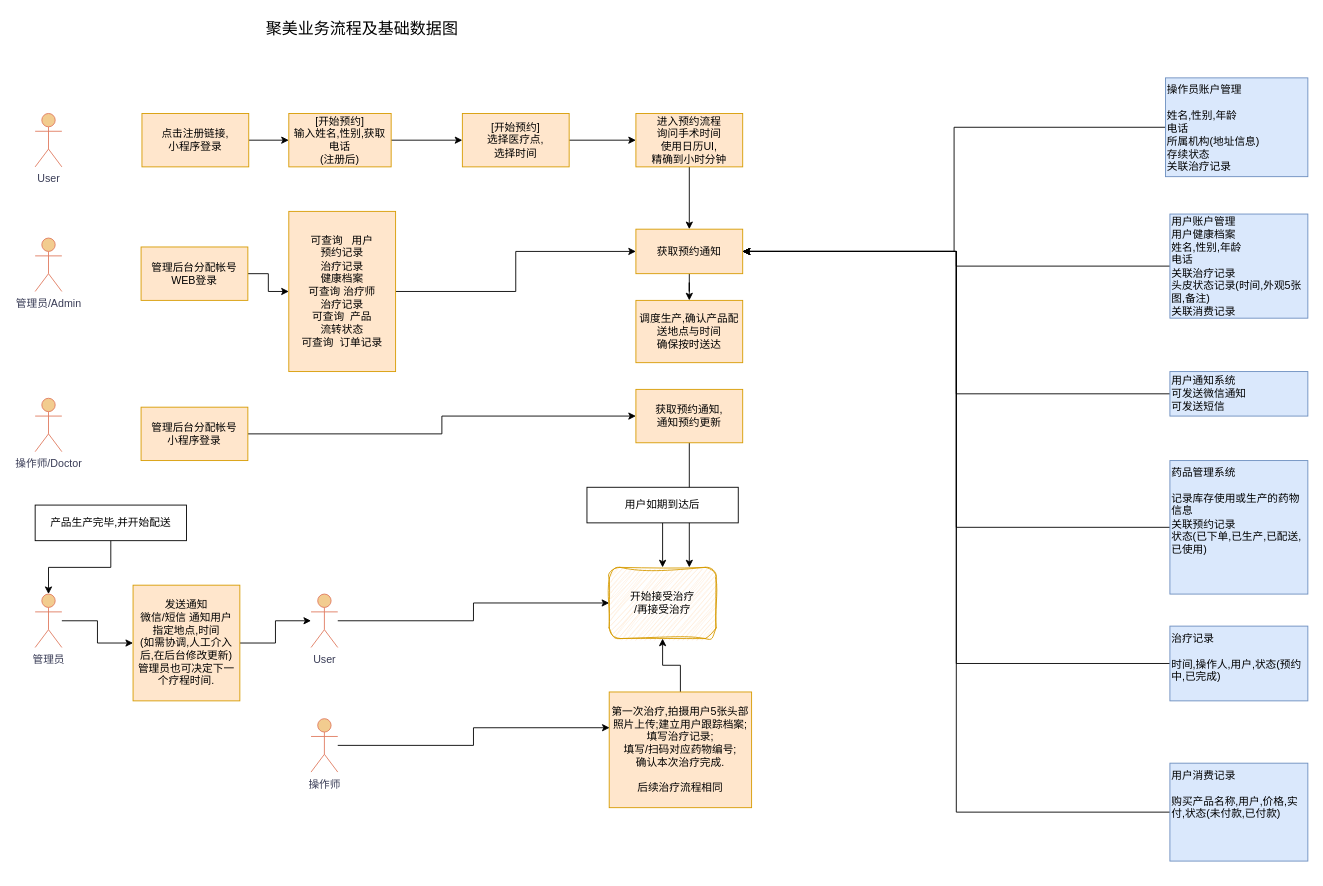
Earlier version of the draw.io diagram huaqinApp.drawio (42atom/desgindata). Source tidied: cells renumbered, new cells numbered last; positions are measured from the earlier drawing's top-left corner, leaving out a move shared by most shapes. Both pictures are drawn from the tidied source at 89%, with x=0, y=0 at pixel (35, 15).
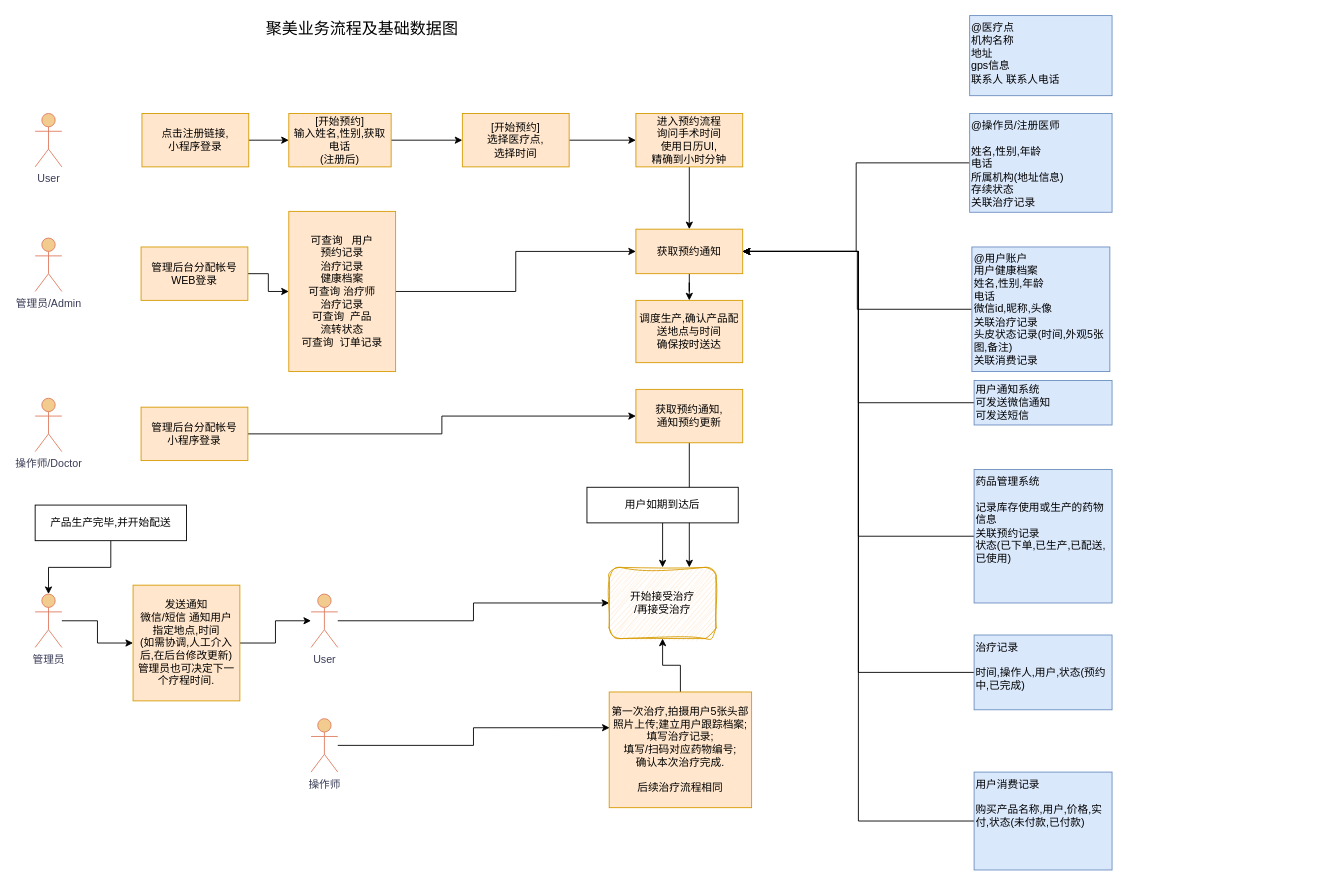
The same page after the edit.

The edit, as a diff of the source:
```diff
@@
     <mxCell id="39" value="用户通知系统&lt;br&gt;可发送微信通知&lt;br&gt;可发送短信" style="rounded=0;whiteSpace=wrap;html=1;fillColor=#dae8fc;strokeColor=#6c8ebf;align=left;" parent="1" vertex="1">
-      <mxGeometry x="1275" y="400" width="155" height="50" as="geometry" />
+      <mxGeometry x="1055" y="410" width="155" height="50" as="geometry" />
     </mxCell>
@@
     <mxCell id="41" value="药品管理系统&lt;br&gt;&lt;br&gt;记录库存使用或生产的药物信息&lt;br&gt;关联预约记录&lt;br&gt;状态(已下单,已生产,已配送,已使用)" style="rounded=0;whiteSpace=wrap;html=1;fillColor=#dae8fc;strokeColor=#6c8ebf;align=left;verticalAlign=top;" parent="1" vertex="1">
-      <mxGeometry x="1275" y="500" width="155" height="150" as="geometry" />
+      <mxGeometry x="1055" y="510" width="155" height="150" as="geometry" />
     </mxCell>
@@
-    <mxCell id="43" value="用户账户管理&lt;br&gt;用户健康档案&lt;br&gt;姓名,性别,年龄&lt;br style=&quot;border-color: var(--border-color);&quot;&gt;电话&lt;br style=&quot;border-color: var(--border-color);&quot;&gt;关联治疗记录&lt;br&gt;头皮状态记录(时间,外观5张图,备注)&lt;br&gt;关联消费记录" style="rounded=0;whiteSpace=wrap;html=1;fillColor=#dae8fc;strokeColor=#6c8ebf;align=left;" parent="1" vertex="1">
-      <mxGeometry x="1275" y="223" width="155" height="117" as="geometry" />
+    <mxCell id="43" value="@用户账户&lt;br&gt;用户健康档案&lt;br&gt;姓名,性别,年龄&lt;br style=&quot;border-color: var(--border-color);&quot;&gt;电话&lt;br&gt;微信id,昵称,头像&lt;br style=&quot;border-color: var(--border-color);&quot;&gt;关联治疗记录&lt;br&gt;头皮状态记录(时间,外观5张图,备注)&lt;br&gt;关联消费记录" style="rounded=0;whiteSpace=wrap;html=1;fillColor=#dae8fc;strokeColor=#6c8ebf;align=left;" parent="1" vertex="1">
+      <mxGeometry x="1052.5" y="260" width="155" height="140" as="geometry" />
     </mxCell>
@@
     <mxCell id="45" value="用户消费记录&lt;br&gt;&lt;br&gt;购买产品名称,用户,价格,实付,状态(未付款,已付款)" style="rounded=0;whiteSpace=wrap;html=1;fillColor=#dae8fc;strokeColor=#6c8ebf;align=left;verticalAlign=top;" parent="1" vertex="1">
-      <mxGeometry x="1275" y="840" width="155" height="110" as="geometry" />
+      <mxGeometry x="1055" y="850" width="155" height="110" as="geometry" />
     </mxCell>
@@
     <mxCell id="47" value="治疗记录&lt;br&gt;&lt;br&gt;时间,操作人,用户,状态(预约中,已完成)" style="rounded=0;whiteSpace=wrap;html=1;fillColor=#dae8fc;strokeColor=#6c8ebf;align=left;verticalAlign=top;" parent="1" vertex="1">
-      <mxGeometry x="1275" y="686" width="155" height="84" as="geometry" />
+      <mxGeometry x="1055" y="696" width="155" height="84" as="geometry" />
     </mxCell>
@@
-    <mxCell id="49" value="操作员账户管理&lt;br&gt;&lt;br&gt;姓名,性别,年龄&lt;br&gt;电话&lt;br&gt;所属机构(地址信息)&lt;br&gt;存续状态&lt;br&gt;关联治疗记录" style="rounded=0;whiteSpace=wrap;html=1;fillColor=#dae8fc;strokeColor=#6c8ebf;verticalAlign=top;align=left;" parent="1" vertex="1">
-      <mxGeometry x="1270" y="70" width="160" height="111" as="geometry" />
+    <mxCell id="49" value="@操作员/注册医师&lt;br&gt;&lt;br&gt;姓名,性别,年龄&lt;br&gt;电话&lt;br&gt;所属机构(地址信息)&lt;br&gt;存续状态&lt;br&gt;关联治疗记录" style="rounded=0;whiteSpace=wrap;html=1;fillColor=#dae8fc;strokeColor=#6c8ebf;verticalAlign=top;align=left;" parent="1" vertex="1">
+      <mxGeometry x="1050" y="110" width="160" height="111" as="geometry" />
     </mxCell>
@@
+    <mxCell id="52" value="@医疗点&lt;br&gt;机构名称&lt;br&gt;地址&lt;br&gt;gps信息&lt;br&gt;联系人 联系人电话" style="rounded=0;whiteSpace=wrap;html=1;fillColor=#dae8fc;strokeColor=#6c8ebf;verticalAlign=top;align=left;" parent="1" vertex="1">
+      <mxGeometry x="1050" width="160" height="90" as="geometry" />
+    </mxCell>
```
